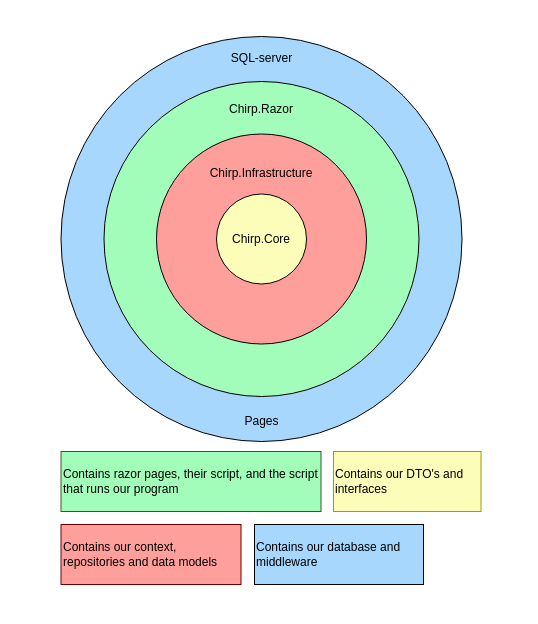
ITU-BDSA23-GROUP4/Chirp keeps this draw.io diagram as Docs/Images/OnionArchitectureDiagram.drawio. Above is the earlier version. Source tidied: cells renumbered, new cells numbered last; positions are measured from the earlier drawing's top-left corner, leaving out a move shared by most shapes. Both pictures are drawn from the tidied source at 100%, with x=0, y=0 at pixel (60, 36).
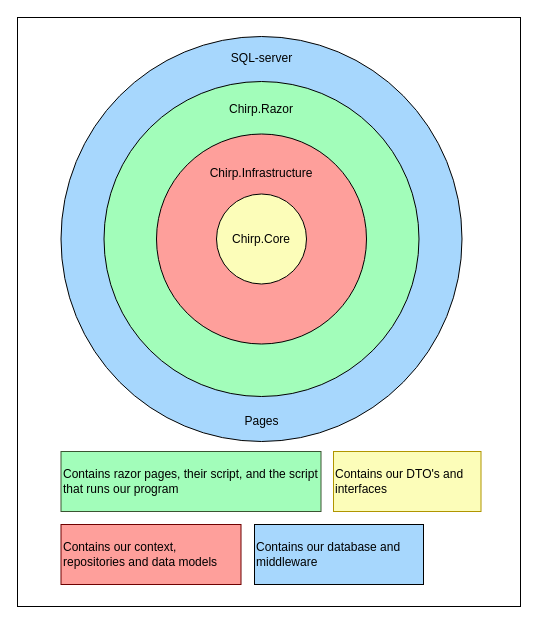
After the change.

What changed in the source:
```diff
@@
 <mxGraphModel background="#ffffff">
   <root>
     <mxCell id="0" />
     <mxCell id="1" parent="0" />
+    <mxCell id="14" style="rounded=0;whiteSpace=wrap;html=1;fillColor=none;" parent="1" vertex="1">
+      <mxGeometry x="-43" y="-19" width="503" height="589" as="geometry" />
+    </mxCell>
     <mxCell id="2" style="ellipse;whiteSpace=wrap;html=1;labelBackgroundColor=none;strokeColor=#000000;strokeWidth=1;fontColor=#000000;fillColor=#A7D7FD;" parent="1" vertex="1">
       <mxGeometry x="0.5" width="401" height="405" as="geometry" />
     </mxCell>
     <mxCell id="3" style="ellipse;whiteSpace=wrap;html=1;fillColor=#A2FDBA;fontColor=#ffffff;strokeColor=#000000;" parent="1" vertex="1">
       <mxGeometry x="43.5" y="45" width="315" height="315" as="geometry" />
     </mxCell>
     <mxCell id="4" style="ellipse;whiteSpace=wrap;html=1;fillColor=#FE9F9B;fontColor=#ffffff;strokeColor=#000000;strokeWidth=1;" parent="1" vertex="1">
       <mxGeometry x="96" y="97.5" width="210" height="210" as="geometry" />
     </mxCell>
     <mxCell id="5" value="Chirp.Core" style="ellipse;whiteSpace=wrap;html=1;fillColor=#FCFDB9;fontColor=#000000;strokeColor=#000000;strokeWidth=1;" parent="1" vertex="1">
       <mxGeometry x="156" y="157.5" width="90" height="90" as="geometry" />
     </mxCell>
     <mxCell id="6" value="&lt;font color=&quot;#000000&quot;&gt;Chirp.Infrastructure&lt;/font&gt;" style="text;html=1;strokeColor=none;fillColor=none;align=center;verticalAlign=middle;whiteSpace=wrap;rounded=0;" parent="1" vertex="1">
       <mxGeometry x="171" y="121.5" width="60" height="30" as="geometry" />
     </mxCell>
     <mxCell id="7" value="&lt;font color=&quot;#000000&quot;&gt;Chirp.Razor&lt;/font&gt;" style="text;html=1;strokeColor=none;fillColor=none;align=center;verticalAlign=middle;whiteSpace=wrap;rounded=0;" parent="1" vertex="1">
       <mxGeometry x="171" y="58" width="60" height="30" as="geometry" />
     </mxCell>
     <mxCell id="8" value="&lt;font color=&quot;#000000&quot;&gt;Contains razor pages, their script, and the script that runs our program&lt;/font&gt;" style="rounded=0;whiteSpace=wrap;html=1;fillColor=#A2FDBA;fontColor=#ffffff;strokeColor=#3A5431;align=left;" parent="1" vertex="1">
       <mxGeometry x="0.5" y="415" width="260" height="60" as="geometry" />
     </mxCell>
     <mxCell id="9" value="&lt;font color=&quot;#000000&quot;&gt;Contains our context, repositories and data models&lt;/font&gt;" style="rounded=0;whiteSpace=wrap;html=1;fillColor=#FE9F9B;fontColor=#ffffff;strokeColor=#6F0000;align=left;" parent="1" vertex="1">
       <mxGeometry x="0.5" y="488" width="180" height="60" as="geometry" />
     </mxCell>
     <mxCell id="10" value="Contains our DTO's and interfaces" style="rounded=0;whiteSpace=wrap;html=1;fillColor=#FCFDB9;fontColor=#000000;strokeColor=#B09500;align=left;" parent="1" vertex="1">
       <mxGeometry x="273" y="415" width="147.5" height="60" as="geometry" />
     </mxCell>
     <mxCell id="11" value="&lt;font color=&quot;#000000&quot;&gt;Pages&lt;/font&gt;" style="html=1;labelBackgroundColor=none;fontColor=#FFFFFF;fillColor=none;strokeColor=none;" parent="1" vertex="1">
       <mxGeometry x="179.5" y="374" width="43" height="22" as="geometry" />
     </mxCell>
     <mxCell id="12" value="Contains our database and middleware" style="rounded=0;whiteSpace=wrap;html=1;labelBackgroundColor=none;strokeColor=#000000;strokeWidth=1;fontColor=#000000;fillColor=#A7D7FD;align=left;" parent="1" vertex="1">
       <mxGeometry x="194" y="488" width="169" height="60" as="geometry" />
     </mxCell>
     <mxCell id="13" value="SQL-server" style="text;html=1;align=center;verticalAlign=middle;strokeColor=none;fillColor=none;fontColor=#000000;" parent="1" vertex="1">
       <mxGeometry x="161.5" y="9" width="79" height="26" as="geometry" />
     </mxCell>
   </root>
 </mxGraphModel>
```
